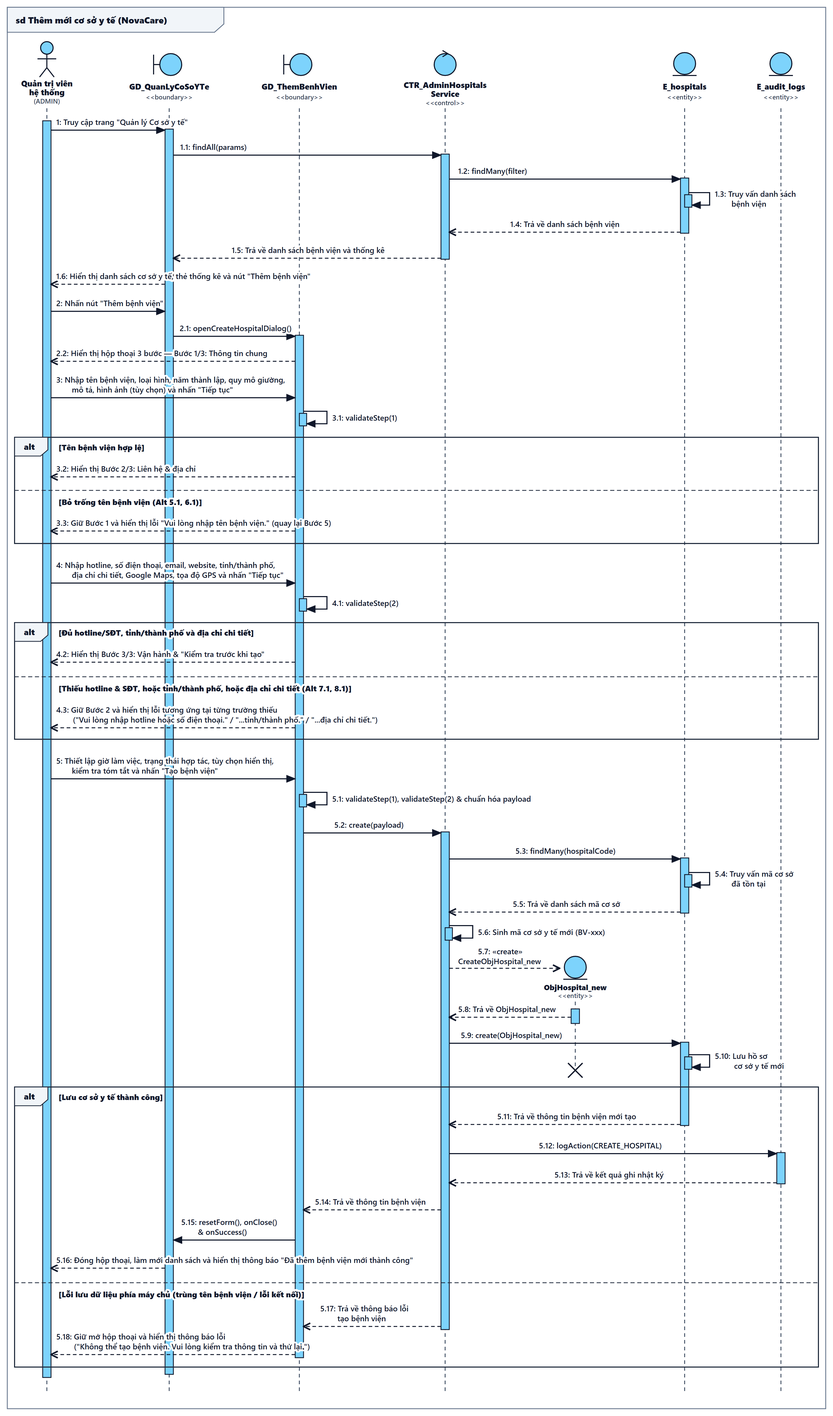
This is docs/diagrams/seq_them_moi_co_so_y_te.png from nctcode/KLTN_NovaCare, a PlantUML export, as it was before one commit. Its source is kept beside it as docs/diagrams/seq_them_moi_co_so_y_te.puml.
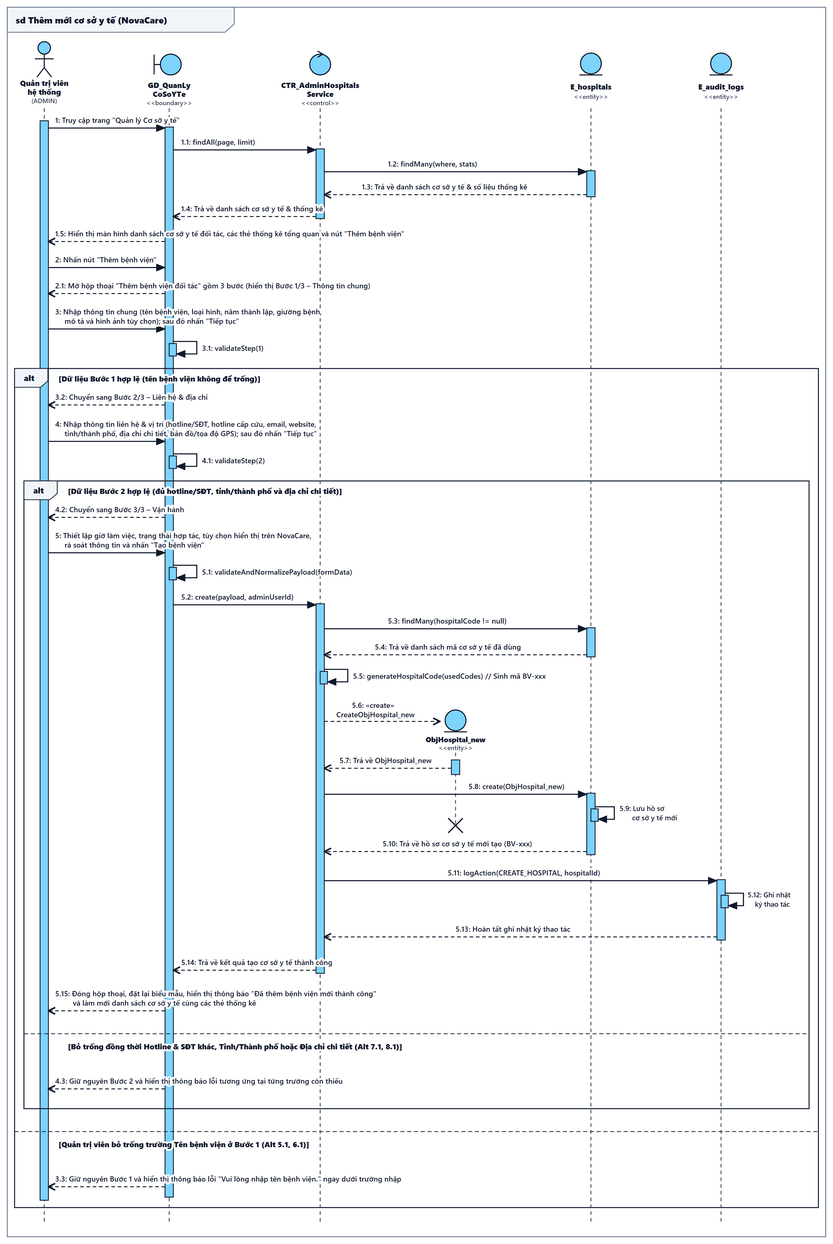
Above is the later version.

Change to the diagram source:
```diff
@@ -1,92 +1,84 @@
-@startuml
+@startuml seq_them_moi_co_so_y_te
+skinparam backgroundColor #FFFFFF
+skinparam sequenceArrowThickness 2
+skinparam participantBorderColor #0f172a
+skinparam participantBackgroundColor #7DD3FC
+skinparam actorBorderColor #0f172a
+skinparam actorBackgroundColor #7DD3FC
+
 title sd Thêm mới cơ sở y tế (NovaCare)
-skinparam shadowing false
-skinparam sequenceArrowThickness 1.5
-skinparam participantFontStyle bold
 
-actor "Quản trị viên\nhệ thống\n(ADMIN)" as Admin
-boundary "GD_QuanLyCoSoYTe" as UIList
-boundary "GD_ThemBenhVien" as UIModal
-control "CTR_AdminHospitalsService" as Ctrl
-entity "E_hospitals" as Hosp
-entity "E_audit_logs" as Audit
+actor "Quản trị viên hệ thống\n(ADMIN)" as Admin
+boundary "GD_QuanLyCoSoYTe" as GD
+control "CTR_AdminHospitalsService" as CTR
+entity "ObjHospital_new" as ObjHosp
+entity "E_hospitals" as E_HOSP
+entity "E_audit_logs" as E_AUDIT
 
 activate Admin
-Admin -> UIList : 1: Truy cập trang "Quản lý Cơ sở y tế"
-activate UIList
-UIList -> Ctrl : 1.1: findAll(params)
-activate Ctrl
-Ctrl -> Hosp : 1.2: findMany(filter)
-activate Hosp
-Hosp -> Hosp : 1.3: Truy vấn danh sách bệnh viện
-Hosp --> Ctrl : 1.4: Trả về danh sách bệnh viện
-deactivate Hosp
-Ctrl --> UIList : 1.5: Trả về danh sách bệnh viện và thống kê
-deactivate Ctrl
-UIList --> Admin : 1.6: Hiển thị danh sách cơ sở y tế, thẻ thống kê và nút "Thêm bệnh viện"
+Admin -> GD : 1: Truy cập trang "Quản lý Cơ sở y tế"
+activate GD
+GD -> CTR : 1.1: findAll(page, limit)
+activate CTR
+CTR -> E_HOSP : 1.2: findMany(where, stats)
+activate E_HOSP
+E_HOSP --> CTR : 1.3: Trả về danh sách cơ sở y tế & số liệu thống kê
+deactivate E_HOSP
+CTR --> GD : 1.4: Trả về danh sách cơ sở y tế đối tác & thống kê tổng quan
+deactivate CTR
+GD --> Admin : 1.5: Hiển thị danh sách cơ sở y tế, các thẻ thống kê và nút "Thêm bệnh viện"
 
-Admin -> UIList : 2: Nhấn nút "Thêm bệnh viện"
-UIList -> UIModal : 2.1: openCreateHospitalDialog()
-activate UIModal
-UIModal --> Admin : 2.2: Hiển thị hộp thoại 3 bước — Bước 1/3: Thông tin chung
+Admin -> GD : 2: Nhấn nút "Thêm bệnh viện"
+GD --> Admin : 2.1: Mở hộp thoại "Thêm bệnh viện đối tác" (Bước 1/3 – Thông tin chung)
 
-Admin -> UIModal : 3: Nhập tên bệnh viện, loại hình, năm thành lập, quy mô giường,\nmô tả, hình ảnh (tùy chọn) và nhấn "Tiếp tục"
-UIModal -> UIModal : 3.1: validateStep(1)
+Admin -> GD : 3: Nhập thông tin chung (tên bệnh viện, loại hình, năm thành lập, giường bệnh, mô tả, hình ảnh) và nhấn "Tiếp tục"
+GD -> GD : 3.1: validateStep(1)
 
-alt Tên bệnh viện hợp lệ
-  UIModal --> Admin : 3.2: Hiển thị Bước 2/3: Liên hệ & địa chỉ
-else Bỏ trống tên bệnh viện (Alt 5.1, 6.1)
-  UIModal --> Admin : 3.3: Giữ Bước 1 và hiển thị lỗi "Vui lòng nhập tên bệnh viện." (quay lại Bước 5)
+alt Tên bệnh viện hợp lệ (không để trống)
+  GD --> Admin : 3.2: Chuyển sang Bước 2/3 – Liên hệ & địa chỉ
+  Admin -> GD : 4: Nhập thông tin liên hệ & vị trí (hotline/SĐT, email, website, tỉnh/TP, địa chỉ, bản đồ/GPS) và nhấn "Tiếp tục"
+  GD -> GD : 4.1: validateStep(2)
+
+  alt Đủ thông tin bắt buộc Bước 2 (hotline/SĐT, tỉnh/thành phố, địa chỉ chi tiết)
+    GD --> Admin : 4.2: Chuyển sang Bước 3/3 – Vận hành
+    Admin -> GD : 5: Thiết lập giờ làm việc, trạng thái hợp tác, hiển thị NovaCare, rà soát và nhấn "Tạo bệnh viện"
+    GD -> GD : 5.1: validateAndNormalizePayload(formData)
+    GD -> CTR : 5.2: create(payload, adminUserId)
+    activate CTR
+    CTR -> E_HOSP : 5.3: findMany(hospitalCode != null)
+    activate E_HOSP
+    E_HOSP --> CTR : 5.4: Trả về danh sách mã cơ sở y tế đã sử dụng
+    deactivate E_HOSP
+    CTR -> CTR : 5.5: generateHospitalCode(usedCodes)
+
+    CTR --> ObjHosp ** : 5.6: <<create>> CreateObjHospital_new
+    activate ObjHosp
+    ObjHosp --> CTR : 5.7: Trả về ObjHospital_new
+    deactivate ObjHosp
+
+    CTR -> E_HOSP : 5.8: create(ObjHospital_new)
+    activate E_HOSP
+    E_HOSP -> E_HOSP : 5.9: Lưu hồ sơ cơ sở y tế mới
+    destroy ObjHosp
+    E_HOSP --> CTR : 5.10: Trả về hồ sơ cơ sở y tế mới tạo
+    deactivate E_HOSP
+
+    CTR -> E_AUDIT : 5.11: logAction(CREATE_HOSPITAL, hospitalId)
+    activate E_AUDIT
+    E_AUDIT -> E_AUDIT : 5.12: Ghi nhật ký thao tác
+    E_AUDIT --> CTR : 5.13: Hoàn tất ghi nhật ký
+    deactivate E_AUDIT
+
+    CTR --> GD : 5.14: Trả về hồ sơ cơ sở y tế mới tạo thành công
+    deactivate CTR
+    GD --> Admin : 5.15: Đóng hộp thoại, đặt lại biểu mẫu, hiển thị "Đã thêm bệnh viện mới thành công" và làm mới danh sách & thống kê
+  else Bỏ trống đồng thời Hotline & SĐT khác, Tỉnh/Thành phố hoặc Địa chỉ chi tiết (Alt 7.1, 8.1)
+    GD --> Admin : 4.3: Giữ nguyên Bước 2 và hiển thị thông báo lỗi tương ứng tại từng trường thiếu
+  end
+else Quản trị viên bỏ trống trường Tên bệnh viện ở Bước 1 (Alt 5.1, 6.1)
+  GD --> Admin : 3.3: Giữ nguyên Bước 1 và hiển thị lỗi "Vui lòng nhập tên bệnh viện." dưới trường nhập
 end
 
-Admin -> UIModal : 4: Nhập hotline, số điện thoại, email, website, tỉnh/thành phố,\nđịa chỉ chi tiết, Google Maps, tọa độ GPS và nhấn "Tiếp tục"
-UIModal -> UIModal : 4.1: validateStep(2)
-
-alt Đủ hotline/SĐT, tỉnh/thành phố và địa chỉ chi tiết
-  UIModal --> Admin : 4.2: Hiển thị Bước 3/3: Vận hành & "Kiểm tra trước khi tạo"
-else Thiếu hotline & SĐT, hoặc tỉnh/thành phố, hoặc địa chỉ chi tiết (Alt 7.1, 8.1)
-  UIModal --> Admin : 4.3: Giữ Bước 2 và hiển thị lỗi tương ứng tại từng trường thiếu
-end
-
-Admin -> UIModal : 5: Thiết lập giờ làm việc, trạng thái hợp tác, tùy chọn hiển thị,\nkiểm tra tóm tắt và nhấn "Tạo bệnh viện"
-UIModal -> UIModal : 5.1: validateStep(1), validateStep(2) & chuẩn hóa payload
-UIModal -> Ctrl : 5.2: create(payload)
-activate Ctrl
-Ctrl -> Hosp : 5.3: findMany(hospitalCode)
-activate Hosp
-Hosp -> Hosp : 5.4: Truy vấn mã cơ sở đã tồn tại
-Hosp --> Ctrl : 5.5: Trả về danh sách mã cơ sở
-deactivate Hosp
-Ctrl -> Ctrl : 5.6: Sinh mã cơ sở y tế mới (BV-xxx)
-
-create entity "ObjHospital_new" as NewHosp
-Ctrl -->> NewHosp : 5.7: <<create>> CreateObjHospital_new
-activate NewHosp
-NewHosp --> Ctrl : 5.8: Trả về ObjHospital_new
-deactivate NewHosp
-
-Ctrl -> Hosp : 5.9: create(ObjHospital_new)
-activate Hosp
-Hosp -> Hosp : 5.10: Lưu hồ sơ cơ sở y tế mới
-destroy NewHosp
-
-alt Lưu cơ sở y tế thành công
-  Hosp --> Ctrl : 5.11: Trả về thông tin bệnh viện mới tạo
-  deactivate Hosp
-  Ctrl -> Audit : 5.12: logAction(CREATE_HOSPITAL)
-  activate Audit
-  Audit --> Ctrl : 5.13: Trả về kết quả ghi nhật ký
-  deactivate Audit
-  Ctrl --> UIModal : 5.14: Trả về thông tin bệnh viện
-  UIModal -> UIList : 5.15: resetForm(), onClose() & onSuccess()
-  UIList --> Admin : 5.16: Đóng hộp thoại, làm mới danh sách và hiển thị thông báo "Đã thêm bệnh viện mới thành công"
-else Lỗi lưu dữ liệu phía máy chủ (trùng tên bệnh viện / lỗi kết nối)
-  Ctrl --> UIModal : 5.17: Trả về thông báo lỗi tạo bệnh viện
-  deactivate Ctrl
-  UIModal --> Admin : 5.18: Giữ mở hộp thoại và hiển thị thông báo lỗi\n("Không thể tạo bệnh viện. Vui lòng kiểm tra thông tin và thử lại.")
-end
-
-deactivate UIModal
-deactivate UIList
+deactivate GD
 deactivate Admin
 @enduml
```
